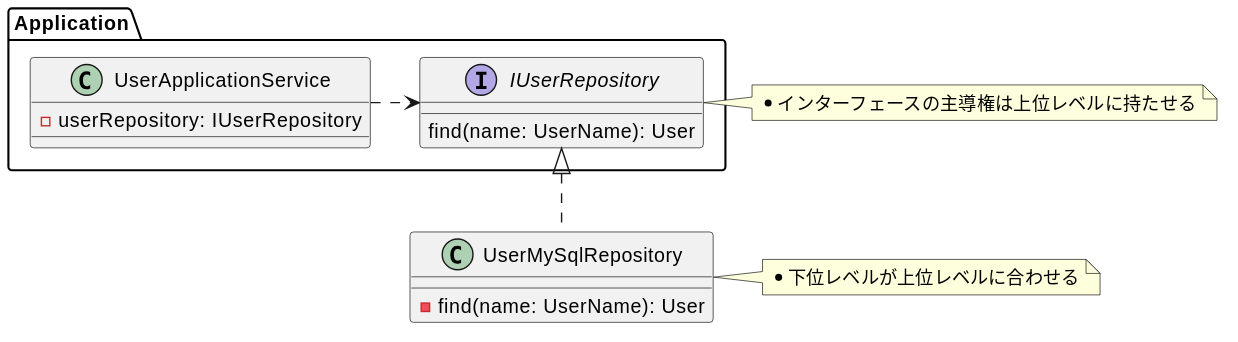
Before: diagrams/ch07-interface-ownership.svg, a diagram exported from PlantUML (Yuki-TU/ddd). Source of this version:
```plantuml
@startuml
package Application {
  class UserApplicationService {
    - userRepository: IUserRepository
  }

  interface IUserRepository {
    find(name: UserName): User
  }
}
note right
* インターフェースの主導権は上位レベルに持たせる
endnote

class UserMySqlRepository {
  - find(name: UserName): User
}
note right
* 下位レベルが上位レベルに合わせる
endnote

IUserRepository <|.. UserMySqlRepository
UserApplicationService .> IUserRepository
@enduml
```
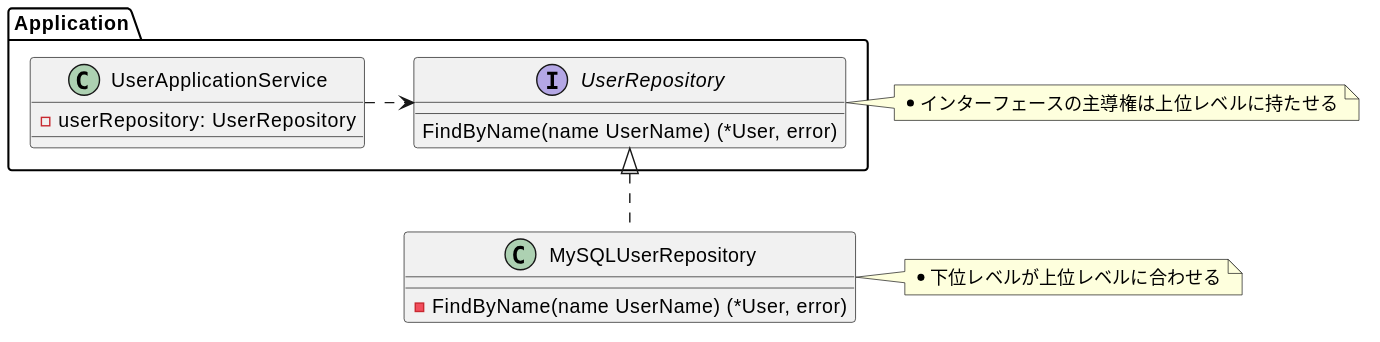
The same diagram one commit later.

The edit, as a diff of the source:
```diff
@@ -1,24 +1,24 @@
 @startuml
 package Application {
   class UserApplicationService {
-    - userRepository: IUserRepository
+    - userRepository: UserRepository
   }
 
-  interface IUserRepository {
-    find(name: UserName): User
+  interface UserRepository {
+    FindByName(name UserName) (*User, error)
   }
 }
 note right
 * インターフェースの主導権は上位レベルに持たせる
 endnote
 
-class UserMySqlRepository {
-  - find(name: UserName): User
+class MySQLUserRepository {
+  - FindByName(name UserName) (*User, error)
 }
 note right
 * 下位レベルが上位レベルに合わせる
 endnote
 
-IUserRepository <|.. UserMySqlRepository
-UserApplicationService .> IUserRepository
+UserRepository <|.. MySQLUserRepository
+UserApplicationService .> UserRepository
 @enduml
```
